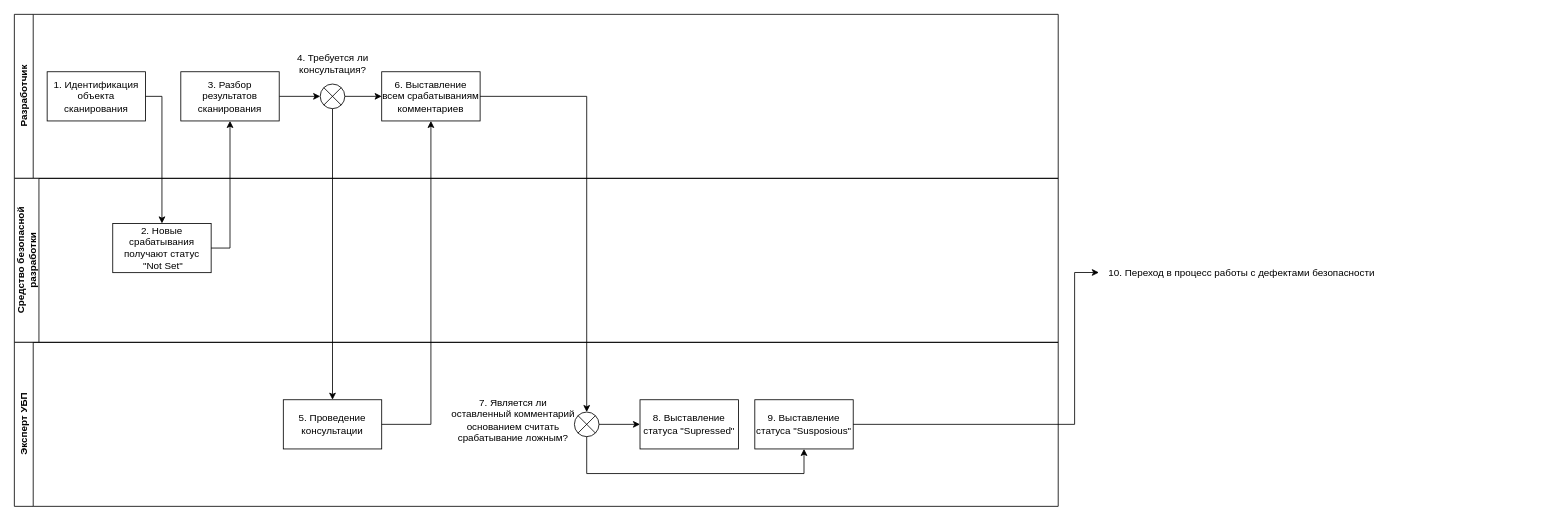
GoluzinaD/Python keeps this draw.io diagram as page "Анализ" (2 of 3) of Alfa.drawio. Above is the earlier version. Source tidied: cells renumbered, new cells numbered last; positions are measured from the earlier drawing's top-left corner, leaving out a move shared by most shapes. Both pictures are drawn from the tidied source at 82%, with x=0, y=0 at pixel (14, 14).
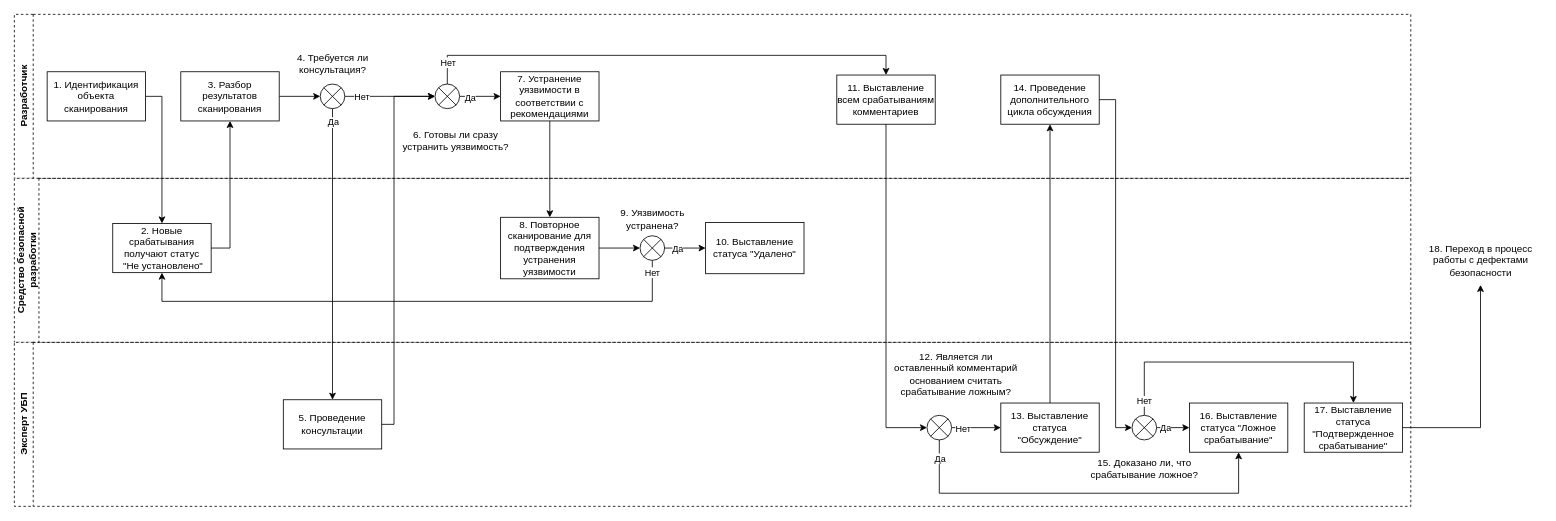
The same diagram, later.

Unchanged cells that the change refers to:
```xml
<mxCell id="9" style="verticalLabelPosition=bottom;verticalAlign=top;html=1;shape=mxgraph.flowchart.or;" parent="3" vertex="1">
  <mxGeometry x="373" y="85" width="30" height="30" as="geometry" />
</mxCell>
<mxCell id="14" value="5. Проведение консультации" style="rounded=0;whiteSpace=wrap;html=1;" parent="13" vertex="1">
  <mxGeometry x="328" y="70" width="120" height="60" as="geometry" />
</mxCell>
<mxCell id="23" style="edgeStyle=orthogonalEdgeStyle;rounded=0;jettySize=auto;html=1;entryX=0.5;entryY=0;entryDx=0;entryDy=0;" parent="1" edge="1" source="9" target="14">
  <mxGeometry relative="1" as="geometry" />
</mxCell>
```

What changed in the source:
```diff
@@
-    <mxCell id="2" value="10. Переход в процесс работы с дефектами безопасности&amp;nbsp;" style="text;html=1;align=center;verticalAlign=middle;points=[];strokeColor=none;fillColor=none;" parent="1" vertex="1">
-      <mxGeometry x="1323" y="300" width="350" height="30" as="geometry" />
+    <mxCell id="2" value="18. Переход в процесс &lt;br&gt;работы с дефектами&lt;br&gt;&amp;nbsp;безопасности&amp;nbsp;" style="text;html=1;align=center;verticalAlign=middle;points=[];strokeColor=none;fillColor=none;" parent="1" vertex="1">
+      <mxGeometry x="1713" y="270" width="150" height="60" as="geometry" />
     </mxCell>
-    <mxCell id="3" value="Разработчик" style="swimlane;horizontal=0;whiteSpace=wrap;html=1;" parent="1" vertex="1">
-      <mxGeometry width="1273" height="200" as="geometry" />
+    <mxCell id="3" value="Разработчик" style="swimlane;horizontal=0;whiteSpace=wrap;html=1;dashed=1;" parent="1" vertex="1">
+      <mxGeometry width="1703" height="200" as="geometry" />
     </mxCell>
@@
-    <mxCell id="7" value="6. Выставление всем срабатываниям комментариев" style="rounded=0;whiteSpace=wrap;html=1;" parent="3" vertex="1">
-      <mxGeometry x="448" y="70" width="120" height="60" as="geometry" />
+    <mxCell id="7" value="11. Выставление всем срабатываниям комментариев" style="rounded=0;whiteSpace=wrap;html=1;" parent="3" vertex="1">
+      <mxGeometry x="1003" y="74" width="120" height="60" as="geometry" />
     </mxCell>
-    <mxCell id="8" style="edgeStyle=orthogonalEdgeStyle;rounded=0;jettySize=auto;html=1;entryX=0;entryY=0.5;entryDx=0;entryDy=0;" parent="3" edge="1" source="9" target="7">
-      <mxGeometry relative="1" as="geometry" />
-    </mxCell>
+    <mxCell id="27" style="edgeStyle=orthogonalEdgeStyle;rounded=0;jettySize=auto;html=1;entryX=0;entryY=0.5;entryDx=0;entryDy=0;entryPerimeter=0;" parent="3" edge="1" source="9" target="34">
+      <mxGeometry relative="1" as="geometry">
+        <Array as="points">
+          <mxPoint x="453" y="100" />
+          <mxPoint x="453" y="100" />
+        </Array>
+      </mxGeometry>
+    </mxCell>
+    <mxCell id="28" value="Нет" style="edgeLabel;html=1;align=center;verticalAlign=middle;" parent="27" vertex="1">
+      <mxGeometry x="-0.4" y="-2" relative="1" as="geometry">
+        <mxPoint x="-13" y="-2" as="offset" />
+      </mxGeometry>
+    </mxCell>
@@
+    <mxCell id="29" value="14. Проведение дополнительного цикла обсуждения" style="rounded=0;whiteSpace=wrap;html=1;" parent="3" vertex="1">
+      <mxGeometry x="1203" y="74" width="120" height="60" as="geometry" />
+    </mxCell>
+    <mxCell id="30" style="edgeStyle=orthogonalEdgeStyle;rounded=0;jettySize=auto;html=1;entryX=0;entryY=0.5;entryDx=0;entryDy=0;" parent="3" edge="1" source="34" target="36">
+      <mxGeometry relative="1" as="geometry">
+        <Array as="points">
+          <mxPoint x="563" y="100" />
+          <mxPoint x="563" y="100" />
+        </Array>
+      </mxGeometry>
+    </mxCell>
+    <mxCell id="31" value="Да" style="edgeLabel;html=1;align=center;verticalAlign=middle;" parent="30" vertex="1">
+      <mxGeometry x="-0.52" y="-1" relative="1" as="geometry" />
+    </mxCell>
+    <mxCell id="32" style="edgeStyle=orthogonalEdgeStyle;rounded=0;jettySize=auto;html=1;entryX=0.5;entryY=0;entryDx=0;entryDy=0;" parent="3" edge="1" source="34" target="7">
+      <mxGeometry relative="1" as="geometry">
+        <Array as="points">
+          <mxPoint x="528" y="50" />
+          <mxPoint x="1063" y="50" />
+        </Array>
+      </mxGeometry>
+    </mxCell>
+    <mxCell id="33" value="Нет" style="edgeLabel;html=1;align=center;verticalAlign=middle;" parent="32" vertex="1">
+      <mxGeometry x="-0.91" relative="1" as="geometry" />
+    </mxCell>
+    <mxCell id="34" style="verticalLabelPosition=bottom;verticalAlign=top;html=1;shape=mxgraph.flowchart.or;" parent="3" vertex="1">
+      <mxGeometry x="513" y="85" width="30" height="30" as="geometry" />
+    </mxCell>
+    <mxCell id="35" value="6. Готовы ли сразу &lt;br&gt;устранить уязвимость?" style="text;html=1;align=center;verticalAlign=middle;strokeColor=none;fillColor=none;" parent="3" vertex="1">
+      <mxGeometry x="463" y="134" width="150" height="40" as="geometry" />
+    </mxCell>
+    <mxCell id="36" value="7. Устранение уязвимости в соответствии с рекомендациями" style="rounded=0;whiteSpace=wrap;html=1;" parent="3" vertex="1">
+      <mxGeometry x="593" y="70" width="120" height="60" as="geometry" />
+    </mxCell>
-    <mxCell id="11" value="Средство безопасной разработки" style="swimlane;horizontal=0;whiteSpace=wrap;html=1;startSize=30;" parent="1" vertex="1">
-      <mxGeometry y="200" width="1273" height="200" as="geometry" />
+    <mxCell id="11" value="Средство безопасной разработки" style="swimlane;horizontal=0;whiteSpace=wrap;html=1;startSize=30;dashed=1;" parent="1" vertex="1">
+      <mxGeometry y="200" width="1703" height="200" as="geometry" />
     </mxCell>
-    <mxCell id="12" value="2. Новые срабатывания получают статус&lt;br&gt;&amp;nbsp;&quot;Not Set&quot;" style="rounded=0;whiteSpace=wrap;html=1;" parent="11" vertex="1">
+    <mxCell id="12" value="2. Новые срабатывания получают статус&lt;br&gt;&amp;nbsp;&quot;Не установлено&quot;" style="rounded=0;whiteSpace=wrap;html=1;" parent="11" vertex="1">
       <mxGeometry x="120" y="55" width="120" height="60" as="geometry" />
     </mxCell>
+    <mxCell id="37" style="edgeStyle=orthogonalEdgeStyle;rounded=0;jettySize=auto;html=1;entryX=0;entryY=0.5;entryDx=0;entryDy=0;entryPerimeter=0;" parent="11" edge="1" source="38" target="43">
+      <mxGeometry relative="1" as="geometry" />
+    </mxCell>
+    <mxCell id="38" value="8. Повторное сканирование для подтверждения устранения уязвимости" style="rounded=0;whiteSpace=wrap;html=1;" parent="11" vertex="1">
+      <mxGeometry x="593" y="47.5" width="120" height="75" as="geometry" />
+    </mxCell>
+    <mxCell id="39" style="edgeStyle=orthogonalEdgeStyle;rounded=0;jettySize=auto;html=1;entryX=0;entryY=0.5;entryDx=0;entryDy=0;" parent="11" edge="1" source="43" target="45">
+      <mxGeometry relative="1" as="geometry">
+        <Array as="points">
+          <mxPoint x="823" y="85" />
+          <mxPoint x="823" y="85" />
+        </Array>
+      </mxGeometry>
+    </mxCell>
+    <mxCell id="40" value="Да" style="edgeLabel;html=1;align=center;verticalAlign=middle;" parent="39" vertex="1">
+      <mxGeometry x="-0.42" y="-1" relative="1" as="geometry">
+        <mxPoint y="-1" as="offset" />
+      </mxGeometry>
+    </mxCell>
+    <mxCell id="41" style="edgeStyle=orthogonalEdgeStyle;rounded=0;jettySize=auto;html=1;entryX=0.5;entryY=1;entryDx=0;entryDy=0;" parent="11" edge="1" source="43" target="12">
+      <mxGeometry relative="1" as="geometry">
+        <Array as="points">
+          <mxPoint x="778" y="150" />
+          <mxPoint x="180" y="150" />
+        </Array>
+      </mxGeometry>
+    </mxCell>
+    <mxCell id="42" value="Нет" style="edgeLabel;html=1;align=center;verticalAlign=middle;" parent="41" vertex="1">
+      <mxGeometry x="-0.96" y="-1" relative="1" as="geometry" />
+    </mxCell>
+    <mxCell id="43" style="verticalLabelPosition=bottom;verticalAlign=top;html=1;shape=mxgraph.flowchart.or;" parent="11" vertex="1">
+      <mxGeometry x="763" y="70" width="30" height="30" as="geometry" />
+    </mxCell>
+    <mxCell id="44" value="9. Уязвимость &lt;br&gt;устранена?" style="text;html=1;align=center;verticalAlign=middle;strokeColor=none;fillColor=none;" parent="11" vertex="1">
+      <mxGeometry x="728" y="30" width="100" height="40" as="geometry" />
+    </mxCell>
+    <mxCell id="45" value="10. Выставление статуса &quot;Удалено&quot;" style="rounded=0;whiteSpace=wrap;html=1;" parent="11" vertex="1">
+      <mxGeometry x="843" y="53.8" width="120" height="62.5" as="geometry" />
+    </mxCell>
-    <mxCell id="13" value="Эксперт УБП" style="swimlane;horizontal=0;whiteSpace=wrap;html=1;" parent="1" vertex="1">
-      <mxGeometry y="400" width="1273" height="200" as="geometry" />
+    <mxCell id="13" value="Эксперт УБП" style="swimlane;horizontal=0;whiteSpace=wrap;html=1;dashed=1;" parent="1" vertex="1">
+      <mxGeometry y="400" width="1703" height="200" as="geometry" />
     </mxCell>
@@
-    <mxCell id="15" value="7. Является ли&lt;br&gt;оставленный комментарий &lt;br&gt;основанием считать &lt;br&gt;срабатывание ложным?" style="text;html=1;align=center;verticalAlign=middle;strokeColor=none;fillColor=none;" parent="13" vertex="1">
-      <mxGeometry x="523" y="60" width="170" height="70" as="geometry" />
+    <mxCell id="15" value="12. Является ли&lt;br&gt;оставленный комментарий &lt;br&gt;основанием считать &lt;br&gt;срабатывание ложным?" style="text;html=1;align=center;verticalAlign=middle;strokeColor=none;fillColor=none;" parent="13" vertex="1">
+      <mxGeometry x="1063" y="4" width="170" height="70" as="geometry" />
     </mxCell>
+    <mxCell id="20" style="edgeStyle=orthogonalEdgeStyle;rounded=0;jettySize=auto;html=1;entryX=0;entryY=0.5;entryDx=0;entryDy=0;" parent="13" edge="1" source="17" target="19">
+      <mxGeometry relative="1" as="geometry">
+        <Array as="points">
+          <mxPoint x="1163" y="104" />
+          <mxPoint x="1163" y="104" />
+        </Array>
+      </mxGeometry>
+    </mxCell>
+    <mxCell id="46" value="Нет" style="edgeLabel;html=1;align=center;verticalAlign=middle;" parent="20" vertex="1">
+      <mxGeometry x="-0.58" y="-1" relative="1" as="geometry" />
+    </mxCell>
-    <mxCell id="16" style="edgeStyle=orthogonalEdgeStyle;rounded=0;jettySize=auto;html=1;entryX=0;entryY=0.5;entryDx=0;entryDy=0;" parent="13" edge="1" source="17" target="18">
-      <mxGeometry relative="1" as="geometry" />
+    <mxCell id="16" style="edgeStyle=orthogonalEdgeStyle;rounded=0;jettySize=auto;html=1;entryX=0.5;entryY=1;entryDx=0;entryDy=0;" parent="13" edge="1" source="17" target="18">
+      <mxGeometry relative="1" as="geometry">
+        <Array as="points">
+          <mxPoint x="1128" y="184" />
+          <mxPoint x="1493" y="184" />
+        </Array>
+      </mxGeometry>
     </mxCell>
+    <mxCell id="47" value="Да" style="edgeLabel;html=1;align=center;verticalAlign=middle;" parent="16" vertex="1">
+      <mxGeometry x="-0.91" relative="1" as="geometry" />
+    </mxCell>
     <mxCell id="17" style="verticalLabelPosition=bottom;verticalAlign=top;html=1;shape=mxgraph.flowchart.or;" parent="13" vertex="1">
-      <mxGeometry x="683" y="85" width="30" height="30" as="geometry" />
+      <mxGeometry x="1113" y="89" width="30" height="30" as="geometry" />
     </mxCell>
-    <mxCell id="18" value="8. Выставление статуса &quot;Supressed&quot;" style="rounded=0;whiteSpace=wrap;html=1;" parent="13" vertex="1">
-      <mxGeometry x="763" y="70" width="120" height="60" as="geometry" />
+    <mxCell id="18" value="16. Выставление статуса &quot;Ложное срабатывание&quot;" style="rounded=0;whiteSpace=wrap;html=1;" parent="13" vertex="1">
+      <mxGeometry x="1433" y="74" width="120" height="60" as="geometry" />
     </mxCell>
-    <mxCell id="19" value="9. Выставление статуса &quot;Susposious&quot;" style="rounded=0;whiteSpace=wrap;html=1;" parent="13" vertex="1">
-      <mxGeometry x="903" y="70" width="120" height="60" as="geometry" />
+    <mxCell id="19" value="13. Выставление статуса &quot;Обсуждение&quot;" style="rounded=0;whiteSpace=wrap;html=1;" parent="13" vertex="1">
+      <mxGeometry x="1203" y="74" width="120" height="60" as="geometry" />
     </mxCell>
-    <mxCell id="20" style="edgeStyle=orthogonalEdgeStyle;rounded=0;jettySize=auto;html=1;entryX=0.5;entryY=1;entryDx=0;entryDy=0;" parent="13" edge="1" source="17" target="19">
-      <mxGeometry relative="1" as="geometry">
-        <Array as="points">
-          <mxPoint x="698" y="160" />
-          <mxPoint x="963" y="160" />
-        </Array>
-      </mxGeometry>
-    </mxCell>
+    <mxCell id="48" style="edgeStyle=orthogonalEdgeStyle;rounded=0;jettySize=auto;html=1;entryX=0;entryY=0.5;entryDx=0;entryDy=0;" parent="13" edge="1" source="52" target="18">
+      <mxGeometry relative="1" as="geometry">
+        <Array as="points">
+          <mxPoint x="1413" y="104" />
+          <mxPoint x="1413" y="104" />
+        </Array>
+      </mxGeometry>
+    </mxCell>
+    <mxCell id="49" value="Да" style="edgeLabel;html=1;align=center;verticalAlign=middle;" parent="48" vertex="1">
+      <mxGeometry x="-0.49" relative="1" as="geometry" />
+    </mxCell>
+    <mxCell id="50" style="edgeStyle=orthogonalEdgeStyle;rounded=0;jettySize=auto;html=1;entryX=0.5;entryY=0;entryDx=0;entryDy=0;" parent="13" edge="1" source="52" target="54">
+      <mxGeometry relative="1" as="geometry">
+        <Array as="points">
+          <mxPoint x="1378" y="24" />
+          <mxPoint x="1633" y="24" />
+        </Array>
+      </mxGeometry>
+    </mxCell>
+    <mxCell id="51" value="Нет" style="edgeLabel;html=1;align=center;verticalAlign=middle;" parent="50" vertex="1">
+      <mxGeometry x="-0.9" y="1" relative="1" as="geometry" />
+    </mxCell>
+    <mxCell id="52" style="verticalLabelPosition=bottom;verticalAlign=top;html=1;shape=mxgraph.flowchart.or;" parent="13" vertex="1">
+      <mxGeometry x="1363" y="89" width="30" height="30" as="geometry" />
+    </mxCell>
+    <mxCell id="53" value="15. Доказано ли, что &lt;br&gt;срабатывание ложное?" style="text;html=1;align=center;verticalAlign=middle;strokeColor=none;fillColor=none;" parent="13" vertex="1">
+      <mxGeometry x="1303" y="134" width="150" height="40" as="geometry" />
+    </mxCell>
+    <mxCell id="54" value="17. Выставление статуса &quot;Подтвержденное срабатывание&quot;" style="rounded=0;whiteSpace=wrap;html=1;" parent="13" vertex="1">
+      <mxGeometry x="1573" y="74" width="120" height="60" as="geometry" />
+    </mxCell>
@@
-    <mxCell id="24" style="edgeStyle=orthogonalEdgeStyle;rounded=0;jettySize=auto;html=1;entryX=0.5;entryY=1;entryDx=0;entryDy=0;" parent="1" edge="1" source="14" target="7">
-      <mxGeometry relative="1" as="geometry">
-        <Array as="points">
-          <mxPoint x="508" y="500" />
-        </Array>
-      </mxGeometry>
-    </mxCell>
+    <mxCell id="55" value="Да" style="edgeLabel;html=1;align=center;verticalAlign=middle;" parent="23" vertex="1">
+      <mxGeometry x="-0.94" relative="1" as="geometry">
+        <mxPoint y="5" as="offset" />
+      </mxGeometry>
+    </mxCell>
+    <mxCell id="56" style="edgeStyle=orthogonalEdgeStyle;rounded=0;jettySize=auto;html=1;" parent="1" edge="1" source="19" target="29">
+      <mxGeometry relative="1" as="geometry" />
+    </mxCell>
+    <mxCell id="57" style="edgeStyle=orthogonalEdgeStyle;rounded=0;jettySize=auto;html=1;entryX=0;entryY=0.5;entryDx=0;entryDy=0;entryPerimeter=0;" parent="1" edge="1" source="29" target="52">
+      <mxGeometry relative="1" as="geometry">
+        <Array as="points">
+          <mxPoint x="1343" y="104" />
+          <mxPoint x="1343" y="504" />
+        </Array>
+      </mxGeometry>
+    </mxCell>
+    <mxCell id="58" style="edgeStyle=orthogonalEdgeStyle;rounded=0;jettySize=auto;html=1;" parent="1" edge="1" source="54" target="2">
+      <mxGeometry relative="1" as="geometry" />
+    </mxCell>
+    <mxCell id="59" style="edgeStyle=orthogonalEdgeStyle;rounded=0;jettySize=auto;html=1;entryX=0.5;entryY=0;entryDx=0;entryDy=0;" parent="1" edge="1" source="36" target="38">
+      <mxGeometry relative="1" as="geometry" />
+    </mxCell>
-    <mxCell id="25" style="edgeStyle=orthogonalEdgeStyle;rounded=0;jettySize=auto;html=1;entryX=0.5;entryY=0;entryDx=0;entryDy=0;entryPerimeter=0;" parent="1" edge="1" source="7" target="17">
+    <mxCell id="25" style="edgeStyle=orthogonalEdgeStyle;rounded=0;jettySize=auto;html=1;entryX=0;entryY=0.5;entryDx=0;entryDy=0;entryPerimeter=0;" parent="1" edge="1" source="7" target="17">
       <mxGeometry relative="1" as="geometry" />
     </mxCell>
-    <mxCell id="26" style="edgeStyle=orthogonalEdgeStyle;rounded=0;jettySize=auto;html=1;entryX=-0.001;entryY=0.494;entryDx=0;entryDy=0;entryPerimeter=0;" parent="1" edge="1" source="19" target="2">
-      <mxGeometry relative="1" as="geometry">
-        <Array as="points">
-          <mxPoint x="1293" y="500" />
-          <mxPoint x="1293" y="315" />
-        </Array>
-      </mxGeometry>
-    </mxCell>
+    <mxCell id="60" style="edgeStyle=orthogonalEdgeStyle;rounded=0;jettySize=auto;html=1;" parent="1" edge="1" source="14">
+      <mxGeometry relative="1" as="geometry">
+        <mxPoint x="513" y="100" as="targetPoint" />
+        <Array as="points">
+          <mxPoint x="463" y="500" />
+          <mxPoint x="463" y="100" />
+        </Array>
+      </mxGeometry>
+    </mxCell>
```
